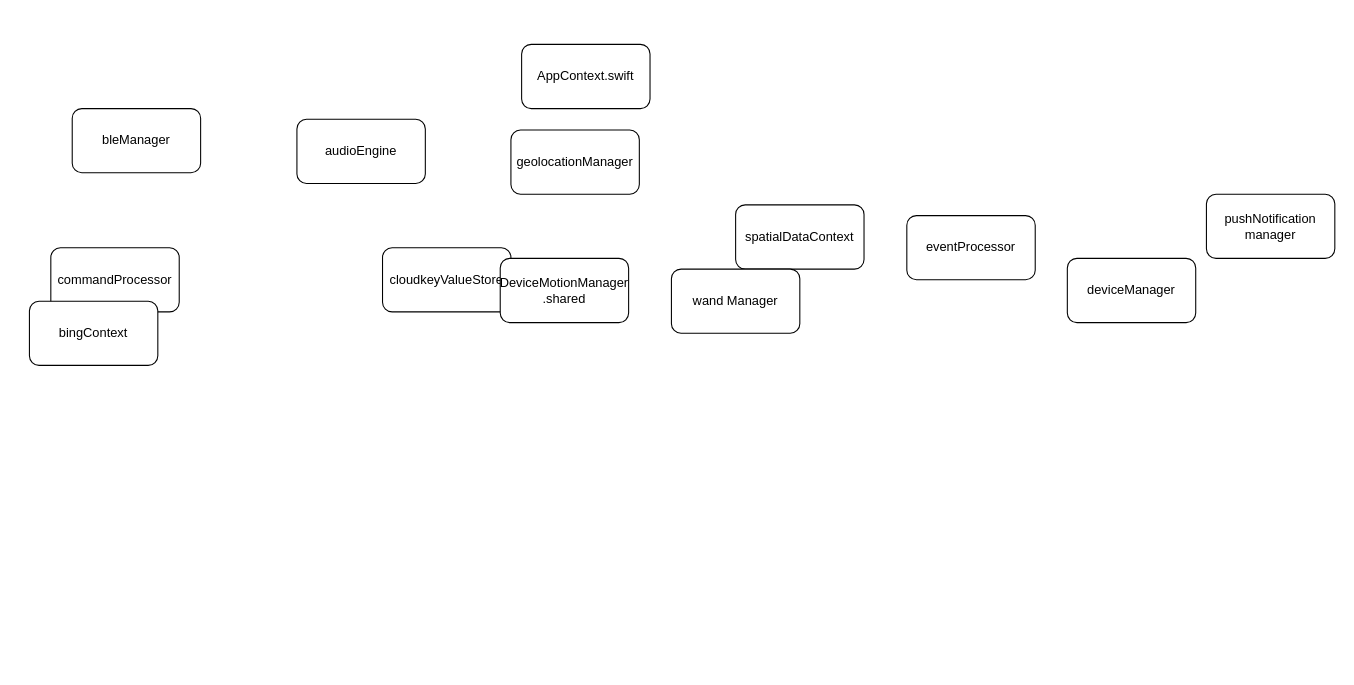
The draw.io diagram MicrosoftDraft.drawio in willdonlan8/test, before the edit. Source tidied: cells renumbered, new cells numbered last; positions are measured from the earlier drawing's top-left corner, leaving out a move shared by most shapes. Both pictures are drawn from the tidied source at 107%, with x=0, y=0 at pixel (29, 44).
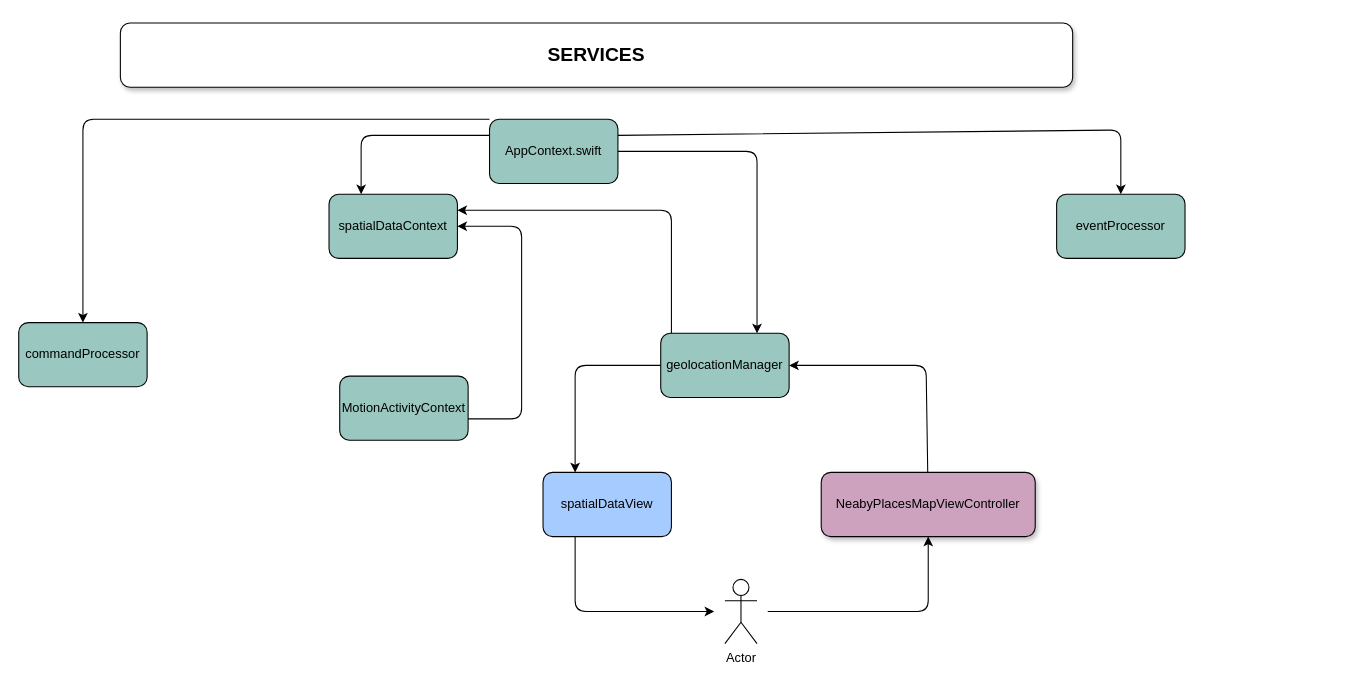
The same diagram, later.

What changed in the source:
```diff
@@
-    <mxCell id="2" value="AppContext.swift" style="rounded=1;whiteSpace=wrap;html=1;" parent="1" vertex="1">
-      <mxGeometry x="460" width="120" height="60" as="geometry" />
+    <mxCell id="2" value="AppContext.swift" style="rounded=1;whiteSpace=wrap;html=1;fillColor=#9AC7BF;" parent="1" vertex="1">
+      <mxGeometry x="430" y="70" width="120" height="60" as="geometry" />
     </mxCell>
-    <mxCell id="3" value="spatialDataContext" style="rounded=1;whiteSpace=wrap;html=1;" parent="1" vertex="1">
-      <mxGeometry x="660" y="150" width="120" height="60" as="geometry" />
+    <mxCell id="3" value="spatialDataContext" style="rounded=1;whiteSpace=wrap;html=1;fillColor=#9AC7BF;" parent="1" vertex="1">
+      <mxGeometry x="280" y="140" width="120" height="60" as="geometry" />
     </mxCell>
-    <mxCell id="4" value="cloudkeyValueStore" style="rounded=1;whiteSpace=wrap;html=1;" parent="1" vertex="1">
-      <mxGeometry x="330" y="190" width="120" height="60" as="geometry" />
-    </mxCell>
-    <mxCell id="5" value="DeviceMotionManager&lt;br&gt;.shared" style="rounded=1;whiteSpace=wrap;html=1;" parent="1" vertex="1">
-      <mxGeometry x="440" y="200" width="120" height="60" as="geometry" />
-    </mxCell>
-    <mxCell id="6" value="audioEngine" style="rounded=1;whiteSpace=wrap;html=1;" parent="1" vertex="1">
-      <mxGeometry x="250" y="70" width="120" height="60" as="geometry" />
-    </mxCell>
-    <mxCell id="7" value="commandProcessor" style="rounded=1;whiteSpace=wrap;html=1;" parent="1" vertex="1">
-      <mxGeometry x="20" y="190" width="120" height="60" as="geometry" />
+    <mxCell id="7" value="commandProcessor" style="rounded=1;whiteSpace=wrap;html=1;fillColor=#9AC7BF;" parent="1" vertex="1">
+      <mxGeometry x="-10" y="260" width="120" height="60" as="geometry" />
     </mxCell>
-    <mxCell id="8" value="geolocationManager" style="rounded=1;whiteSpace=wrap;html=1;" parent="1" vertex="1">
-      <mxGeometry x="450" y="80" width="120" height="60" as="geometry" />
+    <mxCell id="8" value="geolocationManager" style="rounded=1;whiteSpace=wrap;html=1;strokeColor=#000000;fillColor=#9AC7BF;" parent="1" vertex="1">
+      <mxGeometry x="590" y="270" width="120" height="60" as="geometry" />
     </mxCell>
-    <mxCell id="9" value="eventProcessor" style="rounded=1;whiteSpace=wrap;html=1;" parent="1" vertex="1">
-      <mxGeometry x="820" y="160" width="120" height="60" as="geometry" />
+    <mxCell id="9" value="eventProcessor" style="rounded=1;whiteSpace=wrap;html=1;fillColor=#9AC7BF;" parent="1" vertex="1">
+      <mxGeometry x="960" y="140" width="120" height="60" as="geometry" />
     </mxCell>
-    <mxCell id="10" value="deviceManager" style="rounded=1;whiteSpace=wrap;html=1;" parent="1" vertex="1">
-      <mxGeometry x="970" y="200" width="120" height="60" as="geometry" />
-    </mxCell>
-    <mxCell id="11" value="pushNotification&lt;br&gt;manager" style="rounded=1;whiteSpace=wrap;html=1;" parent="1" vertex="1">
-      <mxGeometry x="1100" y="140" width="120" height="60" as="geometry" />
-    </mxCell>
-    <mxCell id="12" value="bingContext" style="rounded=1;whiteSpace=wrap;html=1;" parent="1" vertex="1">
-      <mxGeometry y="240" width="120" height="60" as="geometry" />
-    </mxCell>
-    <mxCell id="13" value="bleManager" style="rounded=1;whiteSpace=wrap;html=1;" parent="1" vertex="1">
-      <mxGeometry x="40" y="60" width="120" height="60" as="geometry" />
-    </mxCell>
-    <mxCell id="14" value="wand Manager" style="rounded=1;whiteSpace=wrap;html=1;" parent="1" vertex="1">
-      <mxGeometry x="600" y="210" width="120" height="60" as="geometry" />
-    </mxCell>
+    <mxCell id="15" style="endArrow=classic;html=1;entryX=0.25;entryY=0;entryDx=0;entryDy=0;exitX=0;exitY=0.25;exitDx=0;exitDy=0;" parent="1" edge="1" source="2" target="3">
+      <mxGeometry relative="1" as="geometry">
+        <Array as="points">
+          <mxPoint x="310" y="85" />
+        </Array>
+      </mxGeometry>
+    </mxCell>
+    <mxCell id="16" style="endArrow=classic;html=1;exitX=1;exitY=0.25;exitDx=0;exitDy=0;" parent="1" edge="1" source="2" target="9">
+      <mxGeometry relative="1" as="geometry">
+        <Array as="points">
+          <mxPoint x="1020" y="80" />
+        </Array>
+      </mxGeometry>
+    </mxCell>
+    <mxCell id="17" style="endArrow=classic;html=1;exitX=1;exitY=0.5;exitDx=0;exitDy=0;entryX=0.75;entryY=0;entryDx=0;entryDy=0;" parent="1" edge="1" source="2" target="8">
+      <mxGeometry relative="1" as="geometry">
+        <Array as="points">
+          <mxPoint x="680" y="100" />
+        </Array>
+      </mxGeometry>
+    </mxCell>
+    <mxCell id="18" style="endArrow=classic;html=1;entryX=0.5;entryY=0;entryDx=0;entryDy=0;exitX=0;exitY=0;exitDx=0;exitDy=0;" parent="1" edge="1" source="2" target="7">
+      <mxGeometry relative="1" as="geometry">
+        <Array as="points">
+          <mxPoint x="50" y="70" />
+        </Array>
+      </mxGeometry>
+    </mxCell>
+    <mxCell id="19" value="spatialDataView" style="rounded=1;whiteSpace=wrap;html=1;fillColor=#A6CCFF;" parent="1" vertex="1">
+      <mxGeometry x="480" y="400" width="120" height="60" as="geometry" />
+    </mxCell>
+    <mxCell id="20" value="NeabyPlacesMapViewController" style="rounded=1;whiteSpace=wrap;html=1;strokeColor=#000000;shadow=1;fillColor=#CDA2BE;" parent="1" vertex="1">
+      <mxGeometry x="740" y="400" width="200" height="60" as="geometry" />
+    </mxCell>
+    <mxCell id="21" style="endArrow=classic;html=1;exitX=0;exitY=0.5;exitDx=0;exitDy=0;entryX=0.25;entryY=0;entryDx=0;entryDy=0;" parent="1" edge="1" source="8" target="19">
+      <mxGeometry relative="1" as="geometry">
+        <Array as="points">
+          <mxPoint x="510" y="300" />
+        </Array>
+      </mxGeometry>
+    </mxCell>
+    <mxCell id="22" style="endArrow=classic;html=1;entryX=1;entryY=0.5;entryDx=0;entryDy=0;" parent="1" edge="1" source="20" target="8">
+      <mxGeometry relative="1" as="geometry">
+        <Array as="points">
+          <mxPoint x="838" y="300" />
+        </Array>
+      </mxGeometry>
+    </mxCell>
+    <mxCell id="23" value="Actor" style="shape=umlActor;verticalLabelPosition=bottom;verticalAlign=top;html=1;" parent="1" vertex="1">
+      <mxGeometry x="650" y="500" width="30" height="60" as="geometry" />
+    </mxCell>
+    <mxCell id="24" style="endArrow=classic;html=1;exitX=0.25;exitY=1;exitDx=0;exitDy=0;" parent="1" edge="1" source="19">
+      <mxGeometry relative="1" as="geometry">
+        <mxPoint x="640" y="530" as="targetPoint" />
+        <Array as="points">
+          <mxPoint x="510" y="530" />
+        </Array>
+      </mxGeometry>
+    </mxCell>
+    <mxCell id="25" style="endArrow=classic;html=1;entryX=0.5;entryY=1;entryDx=0;entryDy=0;" parent="1" edge="1" target="20">
+      <mxGeometry relative="1" as="geometry">
+        <mxPoint x="690" y="530" as="sourcePoint" />
+        <Array as="points">
+          <mxPoint x="840" y="530" />
+        </Array>
+      </mxGeometry>
+    </mxCell>
+    <mxCell id="26" value="MotionActivityContext" style="rounded=1;whiteSpace=wrap;html=1;fillColor=#9AC7BF;" parent="1" vertex="1">
+      <mxGeometry x="290" y="310" width="120" height="60" as="geometry" />
+    </mxCell>
+    <mxCell id="27" style="endArrow=classic;html=1;entryX=1;entryY=0.5;entryDx=0;entryDy=0;" parent="1" edge="1" target="3">
+      <mxGeometry relative="1" as="geometry">
+        <mxPoint x="410" y="350" as="sourcePoint" />
+        <Array as="points">
+          <mxPoint x="460" y="350" />
+          <mxPoint x="460" y="170" />
+        </Array>
+      </mxGeometry>
+    </mxCell>
+    <mxCell id="28" style="endArrow=classic;html=1;entryX=1;entryY=0.25;entryDx=0;entryDy=0;" parent="1" edge="1" target="3">
+      <mxGeometry relative="1" as="geometry">
+        <mxPoint x="600" y="270" as="sourcePoint" />
+        <Array as="points">
+          <mxPoint x="600" y="155" />
+        </Array>
+      </mxGeometry>
+    </mxCell>
+    <mxCell id="29" value="&lt;h2&gt;&lt;b&gt;SERVICES&lt;/b&gt;&lt;/h2&gt;" style="rounded=1;whiteSpace=wrap;html=1;shadow=1;strokeColor=#000000;fillColor=#FFFFFF;" parent="1" vertex="1">
+      <mxGeometry x="85" y="-20" width="890" height="60" as="geometry" />
+    </mxCell>
```
